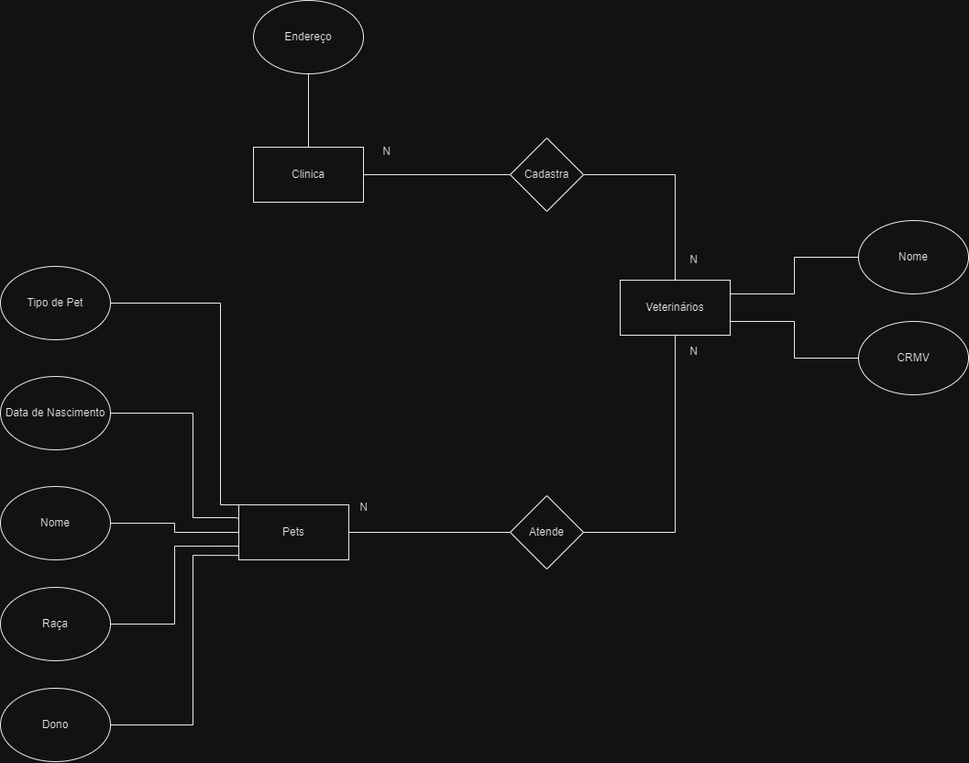
This is BancoDeDados/Aula3-24-07-Atividade-ModeloEntidadeRelacionamento/1.3-exercicio-pclinics/Atividade-03.drawio.png from AllanR1991/Senai-2SM, a draw.io export, as it was before one commit. Source tidied: cells renumbered, new cells last; positions are measured from the earlier drawing's top-left corner, leaving out a move shared by most shapes.
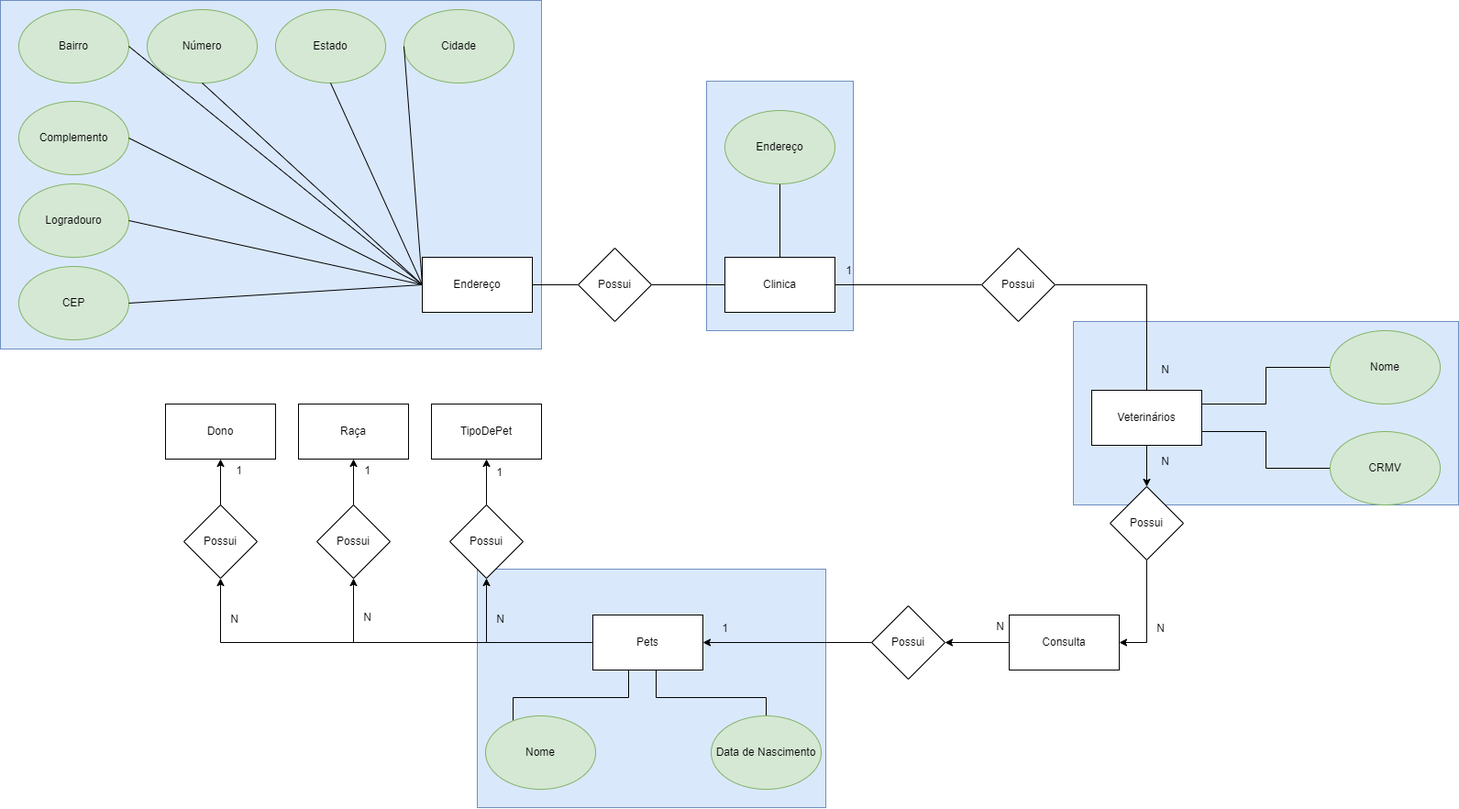
Above is the later version.

What changed in the source:
```diff
@@ -2,6 +2,18 @@
   <root>
     <mxCell id="0" />
     <mxCell id="1" parent="0" />
+    <mxCell id="31" style="rounded=0;whiteSpace=wrap;html=1;fillColor=#dae8fc;strokeColor=#6c8ebf;" parent="1" vertex="1">
+      <mxGeometry x="256" y="-32" width="160" height="272" as="geometry" />
+    </mxCell>
+    <mxCell id="32" style="rounded=0;whiteSpace=wrap;html=1;fillColor=#dae8fc;strokeColor=#6c8ebf;" parent="1" vertex="1">
+      <mxGeometry x="656" y="230" width="420" height="200" as="geometry" />
+    </mxCell>
+    <mxCell id="33" style="rounded=0;whiteSpace=wrap;html=1;fillColor=#dae8fc;strokeColor=#6c8ebf;" parent="1" vertex="1">
+      <mxGeometry x="6" y="500" width="380" height="260" as="geometry" />
+    </mxCell>
+    <mxCell id="34" style="rounded=0;whiteSpace=wrap;html=1;fillColor=#dae8fc;strokeColor=#6c8ebf;" parent="1" vertex="1">
+      <mxGeometry x="-514" y="-120" width="590" height="380" as="geometry" />
+    </mxCell>
     <mxCell id="2" style="edgeStyle=orthogonalEdgeStyle;rounded=0;jettySize=auto;html=1;endArrow=none;endFill=0;" parent="1" edge="1" source="3" target="24">
       <mxGeometry relative="1" as="geometry" />
     </mxCell>
@@ -11,100 +23,205 @@
     <mxCell id="4" style="edgeStyle=orthogonalEdgeStyle;rounded=0;jettySize=auto;html=1;entryX=0.5;entryY=0;entryDx=0;entryDy=0;endArrow=none;endFill=0;" parent="1" edge="1" source="5" target="3">
       <mxGeometry relative="1" as="geometry" />
     </mxCell>
-    <mxCell id="5" value="Endereço" style="ellipse;whiteSpace=wrap;html=1;" parent="1" vertex="1">
+    <mxCell id="5" value="Endereço" style="ellipse;whiteSpace=wrap;html=1;fillColor=#d5e8d4;strokeColor=#82b366;" parent="1" vertex="1">
       <mxGeometry x="276" width="120" height="80" as="geometry" />
     </mxCell>
-    <mxCell id="6" style="edgeStyle=orthogonalEdgeStyle;rounded=0;jettySize=auto;html=1;entryX=0;entryY=0.5;entryDx=0;entryDy=0;endArrow=none;endFill=0;" parent="1" edge="1" source="7" target="26">
-      <mxGeometry relative="1" as="geometry" />
-    </mxCell>
+    <mxCell id="35" style="edgeStyle=orthogonalEdgeStyle;rounded=0;jettySize=auto;html=1;entryX=0.5;entryY=1;entryDx=0;entryDy=0;" parent="1" edge="1" source="7" target="51">
+      <mxGeometry relative="1" as="geometry" />
+    </mxCell>
+    <mxCell id="36" style="edgeStyle=orthogonalEdgeStyle;rounded=0;jettySize=auto;html=1;entryX=0.5;entryY=1;entryDx=0;entryDy=0;" parent="1" edge="1" source="7" target="49">
+      <mxGeometry relative="1" as="geometry" />
+    </mxCell>
+    <mxCell id="37" style="edgeStyle=orthogonalEdgeStyle;rounded=0;jettySize=auto;html=1;entryX=0.5;entryY=1;entryDx=0;entryDy=0;" parent="1" edge="1" source="7" target="47">
+      <mxGeometry relative="1" as="geometry" />
+    </mxCell>
     <mxCell id="7" value="Pets" style="rounded=0;whiteSpace=wrap;html=1;" parent="1" vertex="1">
-      <mxGeometry x="260" y="550" width="120" height="60" as="geometry" />
+      <mxGeometry x="132" y="550" width="120" height="60" as="geometry" />
     </mxCell>
+    <mxCell id="38" style="edgeStyle=orthogonalEdgeStyle;rounded=0;jettySize=auto;html=1;" parent="1" edge="1" source="8" target="45">
+      <mxGeometry relative="1" as="geometry" />
+    </mxCell>
     <mxCell id="8" value="Veterinários" style="rounded=0;whiteSpace=wrap;html=1;" parent="1" vertex="1">
       <mxGeometry x="676" y="305" width="120" height="60" as="geometry" />
     </mxCell>
-    <mxCell id="9" style="edgeStyle=orthogonalEdgeStyle;rounded=0;jettySize=auto;html=1;entryX=0;entryY=0.5;entryDx=0;entryDy=0;endArrow=none;endFill=0;" parent="1" edge="1" source="10" target="7">
-      <mxGeometry relative="1" as="geometry" />
+    <mxCell id="9" style="edgeStyle=orthogonalEdgeStyle;rounded=0;jettySize=auto;html=1;entryX=0.25;entryY=1;entryDx=0;entryDy=0;endArrow=none;endFill=0;" parent="1" edge="1" source="10">
+      <mxGeometry relative="1" as="geometry">
+        <mxPoint x="171" y="610" as="targetPoint" />
+        <Array as="points">
+          <mxPoint x="45" y="640" />
+          <mxPoint x="171" y="640" />
+        </Array>
+      </mxGeometry>
     </mxCell>
-    <mxCell id="10" value="Nome" style="ellipse;whiteSpace=wrap;html=1;" parent="1" vertex="1">
-      <mxGeometry y="530" width="120" height="80" as="geometry" />
+    <mxCell id="10" value="Nome" style="ellipse;whiteSpace=wrap;html=1;fillColor=#d5e8d4;strokeColor=#82b366;" parent="1" vertex="1">
+      <mxGeometry x="15" y="660" width="120" height="80" as="geometry" />
     </mxCell>
-    <mxCell id="11" style="edgeStyle=orthogonalEdgeStyle;rounded=0;jettySize=auto;html=1;entryX=0;entryY=0.25;entryDx=0;entryDy=0;endArrow=none;endFill=0;" parent="1" edge="1" source="12" target="7">
+    <mxCell id="11" style="edgeStyle=orthogonalEdgeStyle;rounded=0;jettySize=auto;html=1;entryX=0.5;entryY=1;entryDx=0;entryDy=0;endArrow=none;endFill=0;exitX=0.5;exitY=1;exitDx=0;exitDy=0;" parent="1" edge="1" source="12">
       <mxGeometry relative="1" as="geometry">
+        <mxPoint x="201" y="610" as="targetPoint" />
         <Array as="points">
-          <mxPoint x="210" y="450" />
-          <mxPoint x="210" y="564" />
-          <mxPoint x="257" y="564" />
-          <mxPoint x="257" y="565" />
+          <mxPoint x="321" y="640" />
+          <mxPoint x="201" y="640" />
         </Array>
       </mxGeometry>
     </mxCell>
-    <mxCell id="12" value="Data de Nascimento" style="ellipse;whiteSpace=wrap;html=1;" parent="1" vertex="1">
-      <mxGeometry y="410" width="120" height="80" as="geometry" />
+    <mxCell id="12" value="Data de Nascimento" style="ellipse;whiteSpace=wrap;html=1;fillColor=#d5e8d4;strokeColor=#82b366;" parent="1" vertex="1">
+      <mxGeometry x="261" y="660" width="120" height="80" as="geometry" />
     </mxCell>
-    <mxCell id="13" style="edgeStyle=orthogonalEdgeStyle;rounded=0;jettySize=auto;html=1;entryX=0;entryY=0;entryDx=0;entryDy=0;endArrow=none;endFill=0;" parent="1" edge="1" source="14" target="7">
-      <mxGeometry relative="1" as="geometry">
-        <Array as="points">
-          <mxPoint x="240" y="330" />
-          <mxPoint x="240" y="550" />
-        </Array>
-      </mxGeometry>
-    </mxCell>
-    <mxCell id="14" value="Tipo de Pet" style="ellipse;whiteSpace=wrap;html=1;" parent="1" vertex="1">
-      <mxGeometry y="290" width="120" height="80" as="geometry" />
-    </mxCell>
-    <mxCell id="15" style="edgeStyle=orthogonalEdgeStyle;rounded=0;jettySize=auto;html=1;entryX=0;entryY=0.75;entryDx=0;entryDy=0;endArrow=none;endFill=0;" parent="1" edge="1" source="16" target="7">
-      <mxGeometry relative="1" as="geometry" />
-    </mxCell>
-    <mxCell id="16" value="Raça" style="ellipse;whiteSpace=wrap;html=1;" parent="1" vertex="1">
-      <mxGeometry y="640" width="120" height="80" as="geometry" />
-    </mxCell>
-    <mxCell id="17" style="edgeStyle=orthogonalEdgeStyle;rounded=0;jettySize=auto;html=1;entryX=-0.003;entryY=0.919;entryDx=0;entryDy=0;entryPerimeter=0;endArrow=none;endFill=0;" parent="1" edge="1" source="18" target="7">
-      <mxGeometry relative="1" as="geometry">
-        <Array as="points">
-          <mxPoint x="210" y="790" />
-          <mxPoint x="210" y="605" />
-        </Array>
-      </mxGeometry>
-    </mxCell>
-    <mxCell id="18" value="Dono" style="ellipse;whiteSpace=wrap;html=1;" parent="1" vertex="1">
-      <mxGeometry y="750" width="120" height="80" as="geometry" />
-    </mxCell>
     <mxCell id="19" style="edgeStyle=orthogonalEdgeStyle;rounded=0;jettySize=auto;html=1;entryX=1;entryY=0.25;entryDx=0;entryDy=0;endArrow=none;endFill=0;" parent="1" edge="1" source="20" target="8">
       <mxGeometry relative="1" as="geometry" />
     </mxCell>
-    <mxCell id="20" value="Nome" style="ellipse;whiteSpace=wrap;html=1;" parent="1" vertex="1">
+    <mxCell id="20" value="Nome" style="ellipse;whiteSpace=wrap;html=1;fillColor=#d5e8d4;strokeColor=#82b366;" parent="1" vertex="1">
       <mxGeometry x="936" y="240" width="120" height="80" as="geometry" />
     </mxCell>
     <mxCell id="21" style="edgeStyle=orthogonalEdgeStyle;rounded=0;jettySize=auto;html=1;entryX=1;entryY=0.75;entryDx=0;entryDy=0;endArrow=none;endFill=0;" parent="1" edge="1" source="22" target="8">
       <mxGeometry relative="1" as="geometry" />
     </mxCell>
-    <mxCell id="22" value="CRMV" style="ellipse;whiteSpace=wrap;html=1;" parent="1" vertex="1">
+    <mxCell id="22" value="CRMV" style="ellipse;whiteSpace=wrap;html=1;fillColor=#d5e8d4;strokeColor=#82b366;" parent="1" vertex="1">
       <mxGeometry x="936" y="350" width="120" height="80" as="geometry" />
     </mxCell>
     <mxCell id="23" style="edgeStyle=orthogonalEdgeStyle;rounded=0;jettySize=auto;html=1;entryX=0.5;entryY=0;entryDx=0;entryDy=0;endArrow=none;endFill=0;" parent="1" edge="1" source="24" target="8">
       <mxGeometry relative="1" as="geometry" />
     </mxCell>
-    <mxCell id="24" value="Cadastra" style="rhombus;whiteSpace=wrap;html=1;" parent="1" vertex="1">
+    <mxCell id="24" value="Possui" style="rhombus;whiteSpace=wrap;html=1;" parent="1" vertex="1">
       <mxGeometry x="556" y="150" width="80" height="80" as="geometry" />
     </mxCell>
-    <mxCell id="25" style="edgeStyle=orthogonalEdgeStyle;rounded=0;jettySize=auto;html=1;entryX=0.5;entryY=1;entryDx=0;entryDy=0;endArrow=none;endFill=0;" parent="1" edge="1" source="26" target="8">
-      <mxGeometry relative="1" as="geometry" />
-    </mxCell>
-    <mxCell id="26" value="Atende" style="rhombus;whiteSpace=wrap;html=1;" parent="1" vertex="1">
-      <mxGeometry x="556" y="540" width="80" height="80" as="geometry" />
-    </mxCell>
     <mxCell id="27" value="N" style="text;html=1;align=center;verticalAlign=middle;strokeColor=none;fillColor=none;" parent="1" vertex="1">
       <mxGeometry x="741" y="268" width="30" height="30" as="geometry" />
     </mxCell>
-    <mxCell id="28" value="N" style="text;html=1;align=center;verticalAlign=middle;strokeColor=none;fillColor=none;" parent="1" vertex="1">
-      <mxGeometry x="406" y="150" width="30" height="30" as="geometry" />
+    <mxCell id="28" value="1" style="text;html=1;align=center;verticalAlign=middle;strokeColor=none;fillColor=none;" parent="1" vertex="1">
+      <mxGeometry x="396" y="160" width="30" height="30" as="geometry" />
     </mxCell>
     <mxCell id="29" value="N" style="text;html=1;align=center;verticalAlign=middle;strokeColor=none;fillColor=none;" parent="1" vertex="1">
       <mxGeometry x="741" y="368" width="30" height="30" as="geometry" />
     </mxCell>
-    <mxCell id="30" value="N" style="text;html=1;align=center;verticalAlign=middle;strokeColor=none;fillColor=none;" parent="1" vertex="1">
-      <mxGeometry x="381" y="538" width="30" height="30" as="geometry" />
+    <mxCell id="30" value="1" style="text;html=1;align=center;verticalAlign=middle;strokeColor=none;fillColor=none;" parent="1" vertex="1">
+      <mxGeometry x="261" y="550" width="30" height="30" as="geometry" />
     </mxCell>
+    <mxCell id="39" value="TipoDePet" style="rounded=0;whiteSpace=wrap;html=1;" parent="1" vertex="1">
+      <mxGeometry x="-44" y="320" width="120" height="60" as="geometry" />
+    </mxCell>
+    <mxCell id="16" value="Raça" style="rounded=0;whiteSpace=wrap;html=1;" parent="1" vertex="1">
+      <mxGeometry x="-189" y="320" width="120" height="60" as="geometry" />
+    </mxCell>
+    <mxCell id="40" style="edgeStyle=orthogonalEdgeStyle;rounded=0;jettySize=auto;html=1;" parent="1" edge="1" source="41" target="43">
+      <mxGeometry relative="1" as="geometry" />
+    </mxCell>
+    <mxCell id="41" value="Consulta" style="rounded=0;whiteSpace=wrap;html=1;" parent="1" vertex="1">
+      <mxGeometry x="586" y="550" width="120" height="60" as="geometry" />
+    </mxCell>
+    <mxCell id="42" style="edgeStyle=orthogonalEdgeStyle;rounded=0;jettySize=auto;html=1;entryX=1;entryY=0.5;entryDx=0;entryDy=0;" parent="1" edge="1" source="43" target="7">
+      <mxGeometry relative="1" as="geometry" />
+    </mxCell>
+    <mxCell id="43" value="Possui" style="rhombus;whiteSpace=wrap;html=1;" parent="1" vertex="1">
+      <mxGeometry x="436" y="540" width="80" height="80" as="geometry" />
+    </mxCell>
+    <mxCell id="44" style="edgeStyle=orthogonalEdgeStyle;rounded=0;jettySize=auto;html=1;entryX=1;entryY=0.5;entryDx=0;entryDy=0;" parent="1" edge="1" source="45" target="41">
+      <mxGeometry relative="1" as="geometry" />
+    </mxCell>
+    <mxCell id="45" value="Possui" style="rhombus;whiteSpace=wrap;html=1;" parent="1" vertex="1">
+      <mxGeometry x="696" y="410" width="80" height="80" as="geometry" />
+    </mxCell>
+    <mxCell id="18" value="Dono" style="rounded=0;whiteSpace=wrap;html=1;" parent="1" vertex="1">
+      <mxGeometry x="-334" y="320" width="120" height="60" as="geometry" />
+    </mxCell>
+    <mxCell id="46" style="edgeStyle=orthogonalEdgeStyle;rounded=0;jettySize=auto;html=1;" parent="1" edge="1" source="47" target="18">
+      <mxGeometry relative="1" as="geometry" />
+    </mxCell>
+    <mxCell id="47" value="Possui" style="rhombus;whiteSpace=wrap;html=1;" parent="1" vertex="1">
+      <mxGeometry x="-314" y="430" width="80" height="80" as="geometry" />
+    </mxCell>
+    <mxCell id="48" style="edgeStyle=orthogonalEdgeStyle;rounded=0;jettySize=auto;html=1;" parent="1" edge="1" source="49" target="16">
+      <mxGeometry relative="1" as="geometry" />
+    </mxCell>
+    <mxCell id="49" value="Possui" style="rhombus;whiteSpace=wrap;html=1;" parent="1" vertex="1">
+      <mxGeometry x="-169" y="430" width="80" height="80" as="geometry" />
+    </mxCell>
+    <mxCell id="50" style="edgeStyle=orthogonalEdgeStyle;rounded=0;jettySize=auto;html=1;" parent="1" edge="1" source="51" target="39">
+      <mxGeometry relative="1" as="geometry" />
+    </mxCell>
+    <mxCell id="51" value="Possui" style="rhombus;whiteSpace=wrap;html=1;" parent="1" vertex="1">
+      <mxGeometry x="-24" y="430" width="80" height="80" as="geometry" />
+    </mxCell>
+    <mxCell id="52" style="edgeStyle=orthogonalEdgeStyle;rounded=0;jettySize=auto;html=1;endArrow=none;endFill=0;" parent="1" edge="1" source="53" target="55">
+      <mxGeometry relative="1" as="geometry" />
+    </mxCell>
+    <mxCell id="53" value="Endereço" style="rounded=0;whiteSpace=wrap;html=1;" parent="1" vertex="1">
+      <mxGeometry x="-54" y="160" width="120" height="60" as="geometry" />
+    </mxCell>
+    <mxCell id="54" style="edgeStyle=orthogonalEdgeStyle;rounded=0;jettySize=auto;html=1;endArrow=none;endFill=0;" parent="1" edge="1" source="55" target="3">
+      <mxGeometry relative="1" as="geometry" />
+    </mxCell>
+    <mxCell id="55" value="Possui" style="rhombus;whiteSpace=wrap;html=1;" parent="1" vertex="1">
+      <mxGeometry x="116" y="150" width="80" height="80" as="geometry" />
+    </mxCell>
+    <mxCell id="56" value="Logradouro" style="ellipse;whiteSpace=wrap;html=1;fillColor=#d5e8d4;strokeColor=#82b366;" parent="1" vertex="1">
+      <mxGeometry x="-494" y="80" width="120" height="80" as="geometry" />
+    </mxCell>
+    <mxCell id="57" value="Complemento" style="ellipse;whiteSpace=wrap;html=1;fillColor=#d5e8d4;strokeColor=#82b366;" parent="1" vertex="1">
+      <mxGeometry x="-494" y="-10" width="120" height="80" as="geometry" />
+    </mxCell>
+    <mxCell id="58" value="CEP" style="ellipse;whiteSpace=wrap;html=1;fillColor=#d5e8d4;strokeColor=#82b366;" parent="1" vertex="1">
+      <mxGeometry x="-494" y="170" width="120" height="80" as="geometry" />
+    </mxCell>
+    <mxCell id="59" value="Estado" style="ellipse;whiteSpace=wrap;html=1;fillColor=#d5e8d4;strokeColor=#82b366;" parent="1" vertex="1">
+      <mxGeometry x="-214" y="-110" width="120" height="80" as="geometry" />
+    </mxCell>
+    <mxCell id="60" value="Cidade" style="ellipse;whiteSpace=wrap;html=1;fillColor=#d5e8d4;strokeColor=#82b366;" parent="1" vertex="1">
+      <mxGeometry x="-74" y="-110" width="120" height="80" as="geometry" />
+    </mxCell>
+    <mxCell id="61" value="Bairro" style="ellipse;whiteSpace=wrap;html=1;fillColor=#d5e8d4;strokeColor=#82b366;" parent="1" vertex="1">
+      <mxGeometry x="-494" y="-110" width="120" height="80" as="geometry" />
+    </mxCell>
+    <mxCell id="62" value="Número" style="ellipse;whiteSpace=wrap;html=1;fillColor=#d5e8d4;strokeColor=#82b366;" parent="1" vertex="1">
+      <mxGeometry x="-354" y="-110" width="120" height="80" as="geometry" />
+    </mxCell>
+    <mxCell id="63" style="endArrow=none;html=1;rounded=0;exitX=1;exitY=0.5;exitDx=0;exitDy=0;entryX=0;entryY=0.5;entryDx=0;entryDy=0;" parent="1" edge="1" source="58" target="53">
+      <mxGeometry relative="1" as="geometry" />
+    </mxCell>
+    <mxCell id="64" style="endArrow=none;html=1;rounded=0;exitX=1;exitY=0.5;exitDx=0;exitDy=0;entryX=0;entryY=0.5;entryDx=0;entryDy=0;" parent="1" edge="1" source="56" target="53">
+      <mxGeometry relative="1" as="geometry" />
+    </mxCell>
+    <mxCell id="65" style="endArrow=none;html=1;rounded=0;exitX=1;exitY=0.5;exitDx=0;exitDy=0;entryX=0;entryY=0.5;entryDx=0;entryDy=0;" parent="1" edge="1" source="57" target="53">
+      <mxGeometry relative="1" as="geometry" />
+    </mxCell>
+    <mxCell id="66" style="endArrow=none;html=1;rounded=0;exitX=1;exitY=0.5;exitDx=0;exitDy=0;entryX=0;entryY=0.5;entryDx=0;entryDy=0;" parent="1" edge="1" source="61" target="53">
+      <mxGeometry relative="1" as="geometry" />
+    </mxCell>
+    <mxCell id="67" style="endArrow=none;html=1;rounded=0;exitX=0.5;exitY=1;exitDx=0;exitDy=0;" parent="1" edge="1" source="62">
+      <mxGeometry relative="1" as="geometry">
+        <mxPoint x="-54" y="190" as="targetPoint" />
+      </mxGeometry>
+    </mxCell>
+    <mxCell id="68" style="endArrow=none;html=1;rounded=0;exitX=0.5;exitY=1;exitDx=0;exitDy=0;entryX=0;entryY=0.5;entryDx=0;entryDy=0;" parent="1" edge="1" source="59" target="53">
+      <mxGeometry relative="1" as="geometry" />
+    </mxCell>
+    <mxCell id="69" style="endArrow=none;html=1;rounded=0;exitX=0;exitY=0.5;exitDx=0;exitDy=0;entryX=0;entryY=0.5;entryDx=0;entryDy=0;" parent="1" edge="1" source="60" target="53">
+      <mxGeometry relative="1" as="geometry" />
+    </mxCell>
+    <mxCell id="70" value="1" style="text;html=1;align=center;verticalAlign=middle;strokeColor=none;fillColor=none;" parent="1" vertex="1">
+      <mxGeometry x="-129" y="378" width="30" height="30" as="geometry" />
+    </mxCell>
+    <mxCell id="71" value="N" style="text;html=1;align=center;verticalAlign=middle;strokeColor=none;fillColor=none;" parent="1" vertex="1">
+      <mxGeometry x="-129" y="538" width="30" height="30" as="geometry" />
+    </mxCell>
+    <mxCell id="72" value="1" style="text;html=1;align=center;verticalAlign=middle;strokeColor=none;fillColor=none;" parent="1" vertex="1">
+      <mxGeometry x="-269" y="378" width="30" height="30" as="geometry" />
+    </mxCell>
+    <mxCell id="73" value="N" style="text;html=1;align=center;verticalAlign=middle;strokeColor=none;fillColor=none;" parent="1" vertex="1">
+      <mxGeometry x="-274" y="540" width="30" height="30" as="geometry" />
+    </mxCell>
+    <mxCell id="74" value="1" style="text;html=1;align=center;verticalAlign=middle;strokeColor=none;fillColor=none;" parent="1" vertex="1">
+      <mxGeometry x="15" y="380" width="30" height="30" as="geometry" />
+    </mxCell>
+    <mxCell id="75" value="N" style="text;html=1;align=center;verticalAlign=middle;strokeColor=none;fillColor=none;" parent="1" vertex="1">
+      <mxGeometry x="16" y="540" width="30" height="30" as="geometry" />
+    </mxCell>
+    <mxCell id="76" value="N" style="text;html=1;align=center;verticalAlign=middle;strokeColor=none;fillColor=none;" parent="1" vertex="1">
+      <mxGeometry x="736" y="550" width="30" height="30" as="geometry" />
+    </mxCell>
+    <mxCell id="77" value="N" style="text;html=1;align=center;verticalAlign=middle;strokeColor=none;fillColor=none;" parent="1" vertex="1">
+      <mxGeometry x="561" y="548" width="30" height="30" as="geometry" />
+    </mxCell>
   </root>
 </mxGraphModel>
```
